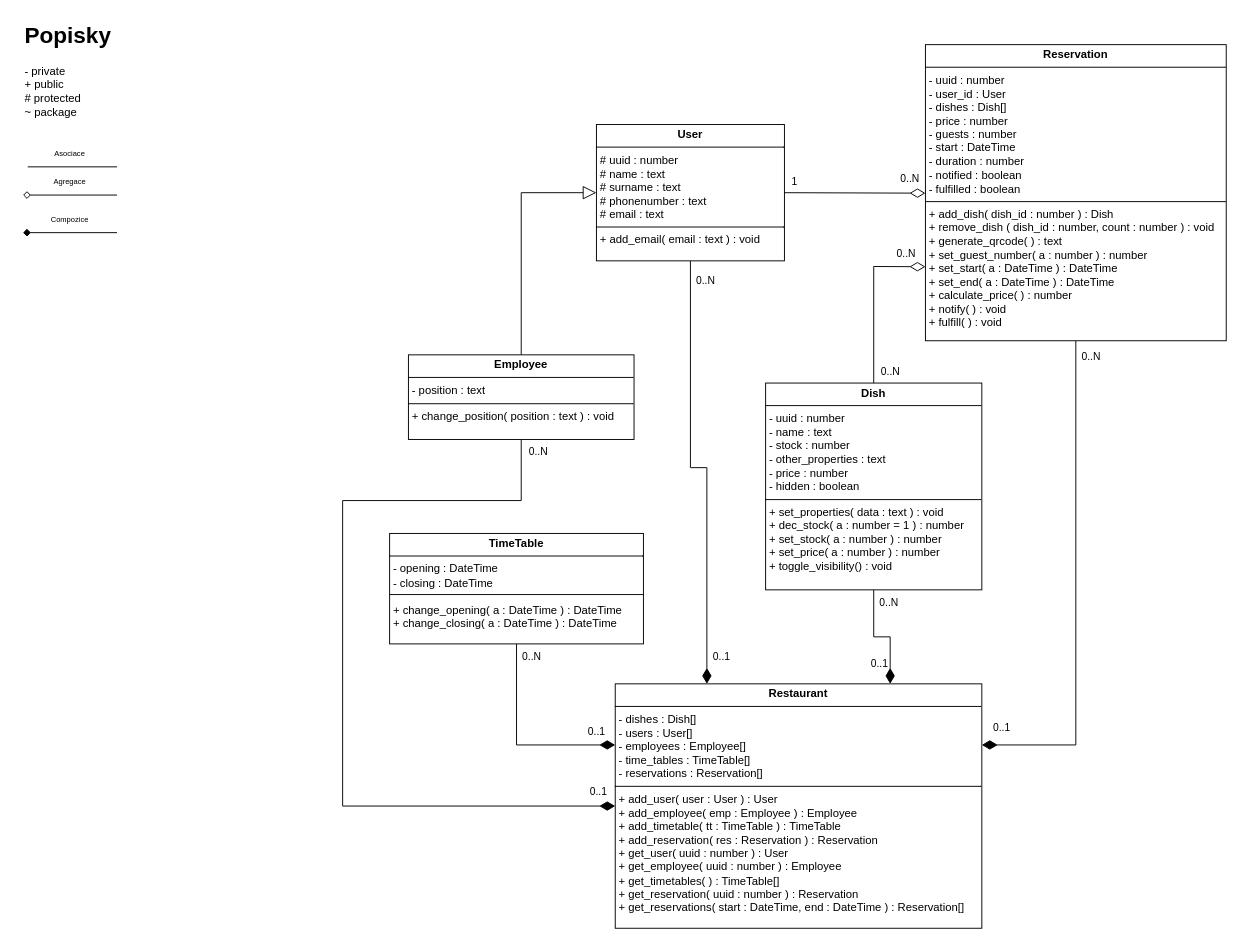
Above: page "Třídové diagramy" (2 of 2) of Diagram.drawio in LPbigFish/SWI-Projekt (draw.io), before the change. Source tidied: cells renumbered, new cells numbered last; positions are measured from the earlier drawing's top-left corner, leaving out a move shared by most shapes. Both pictures are drawn from the tidied source at 94%, with x=0, y=0 at pixel (23, 16).
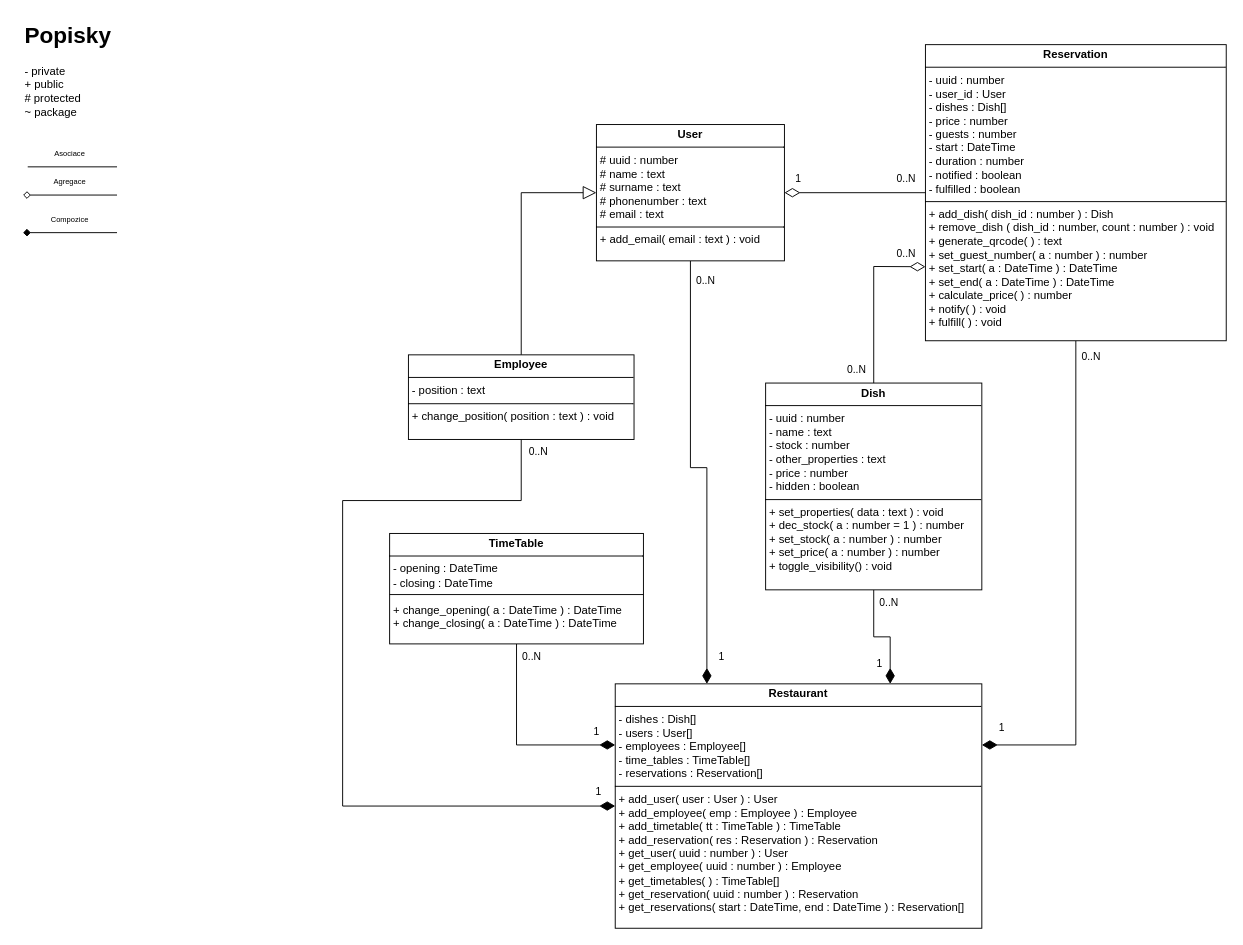
The same page after the edit.

Unchanged cells that the change refers to:
```xml
<mxCell id="10" style="edgeStyle=orthogonalEdgeStyle;rounded=0;jettySize=auto;html=1;entryX=0;entryY=0.5;entryDx=0;entryDy=0;exitX=0.5;exitY=1;exitDx=0;exitDy=0;endSize=14;endArrow=diamondThin;endFill=1;" parent="1" edge="1" source="13" target="33">
  <mxGeometry relative="1" as="geometry">
    <Array as="points">
      <mxPoint x="530" y="515" />
      <mxPoint x="340" y="515" />
      <mxPoint x="340" y="840" />
    </Array>
  </mxGeometry>
</mxCell>
<mxCell id="14" style="edgeStyle=orthogonalEdgeStyle;rounded=0;jettySize=auto;html=1;exitX=0.5;exitY=1;exitDx=0;exitDy=0;entryX=0.75;entryY=0;entryDx=0;entryDy=0;endSize=14;endArrow=diamondThin;endFill=1;" parent="1" edge="1" source="18" target="33">
  <mxGeometry relative="1" as="geometry">
    <Array as="points">
      <mxPoint x="905" y="660" />
      <mxPoint x="923" y="660" />
    </Array>
  </mxGeometry>
</mxCell>
<mxCell id="19" style="edgeStyle=orthogonalEdgeStyle;rounded=0;jettySize=auto;html=1;exitX=0.5;exitY=1;exitDx=0;exitDy=0;entryX=1;entryY=0.25;entryDx=0;entryDy=0;endSize=14;endArrow=diamondThin;endFill=1;" parent="1" edge="1" source="22" target="33">
  <mxGeometry relative="1" as="geometry" />
</mxCell>
<mxCell id="22" value="&lt;p style=&quot;margin:0px;margin-top:4px;text-align:center;&quot;&gt;&lt;b&gt;Reservation&lt;/b&gt;&lt;/p&gt;&lt;hr size=&quot;1&quot; style=&quot;border-style:solid;&quot;&gt;&lt;p style=&quot;margin:0px;margin-left:4px;&quot;&gt;- uuid : number&lt;/p&gt;&lt;p style=&quot;margin:0px;margin-left:4px;&quot;&gt;- user_id : User&lt;/p&gt;&lt;p style=&quot;margin:0px;margin-left:4px;&quot;&gt;- dishes : Dish[]&lt;/p&gt;&lt;p style=&quot;margin:0px;margin-left:4px;&quot;&gt;- price : number&lt;/p&gt;&lt;p style=&quot;margin:0px;margin-left:4px;&quot;&gt;- guests : number&lt;/p&gt;&lt;p style=&quot;margin:0px;margin-left:4px;&quot;&gt;- start : DateTime&lt;/p&gt;&lt;p style=&quot;margin:0px;margin-left:4px;&quot;&gt;- duration : number&lt;/p&gt;&lt;p style=&quot;margin:0px;margin-left:4px;&quot;&gt;- notified : boolean&lt;/p&gt;&lt;p style=&quot;margin:0px;margin-left:4px;&quot;&gt;- fulfilled : boolean&lt;/p&gt;&lt;hr size=&quot;1&quot; style=&quot;border-style:solid;&quot;&gt;&lt;p style=&quot;margin:0px;margin-left:4px;&quot;&gt;+ add_dish( dish_id : number ) : Dish&lt;/p&gt;&lt;p style=&quot;margin:0px;margin-left:4px;&quot;&gt;+ remove_dish ( dish_id : number, count : number ) : void&lt;/p&gt;&lt;p style=&quot;margin:0px;margin-left:4px;&quot;&gt;+ generate_qrcode( ) : text&lt;/p&gt;&lt;p style=&quot;margin:0px;margin-left:4px;&quot;&gt;+ set_guest_number( a : number ) : number&lt;/p&gt;&lt;p style=&quot;margin:0px;margin-left:4px;&quot;&gt;+ set_start( a : DateTime ) : DateTime&lt;/p&gt;&lt;p style=&quot;margin:0px;margin-left:4px;&quot;&gt;+ set_end( a : DateTime ) : DateTime&lt;/p&gt;&lt;p style=&quot;margin:0px;margin-left:4px;&quot;&gt;+ calculate_price( ) : number&lt;/p&gt;&lt;p style=&quot;margin:0px;margin-left:4px;&quot;&gt;+ notify( ) : void&lt;/p&gt;&lt;p style=&quot;margin:0px;margin-left:4px;&quot;&gt;+ fulfill( ) : void&lt;/p&gt;" style="verticalAlign=top;align=left;overflow=fill;html=1;whiteSpace=wrap;" parent="1" vertex="1">
  <mxGeometry x="960" y="30" width="320" height="315" as="geometry" />
</mxCell>
<mxCell id="23" style="edgeStyle=orthogonalEdgeStyle;rounded=0;jettySize=auto;html=1;exitX=0.5;exitY=1;exitDx=0;exitDy=0;entryX=0.25;entryY=0;entryDx=0;entryDy=0;strokeWidth=1;endSize=14;endArrow=diamondThin;endFill=1;" parent="1" edge="1" source="26" target="33">
  <mxGeometry relative="1" as="geometry" />
</mxCell>
<mxCell id="26" value="&lt;p style=&quot;margin:0px;margin-top:4px;text-align:center;&quot;&gt;&lt;b&gt;User&lt;/b&gt;&lt;/p&gt;&lt;hr size=&quot;1&quot; style=&quot;border-style:solid;&quot;&gt;&lt;p style=&quot;margin:0px;margin-left:4px;&quot;&gt;# uuid : number&lt;/p&gt;&lt;p style=&quot;margin:0px;margin-left:4px;&quot;&gt;# name : text&lt;/p&gt;&lt;p style=&quot;margin:0px;margin-left:4px;&quot;&gt;# surname : text&lt;/p&gt;&lt;p style=&quot;margin:0px;margin-left:4px;&quot;&gt;# phonenumber : text&lt;/p&gt;&lt;p style=&quot;margin:0px;margin-left:4px;&quot;&gt;# email : text&lt;/p&gt;&lt;hr size=&quot;1&quot; style=&quot;border-style:solid;&quot;&gt;&lt;p style=&quot;margin:0px;margin-left:4px;&quot;&gt;+ add_email( email : text ) : void&lt;/p&gt;" style="verticalAlign=top;align=left;overflow=fill;html=1;whiteSpace=wrap;" parent="1" vertex="1">
  <mxGeometry x="610" y="115" width="200" height="145" as="geometry" />
</mxCell>
<mxCell id="27" style="endArrow=diamondThin;html=1;rounded=0;entryX=0;entryY=0.75;entryDx=0;entryDy=0;endFill=0;endSize=14;exitX=0.5;exitY=0;exitDx=0;exitDy=0;" parent="1" edge="1" source="18" target="22">
  <mxGeometry relative="1" as="geometry">
    <Array as="points">
      <mxPoint x="905" y="266" />
    </Array>
  </mxGeometry>
</mxCell>
<mxCell id="34" style="edgeStyle=orthogonalEdgeStyle;rounded=0;jettySize=auto;html=1;entryX=0;entryY=0.25;entryDx=0;entryDy=0;endArrow=diamondThin;endFill=1;endSize=14;exitX=0.5;exitY=1;exitDx=0;exitDy=0;" parent="1" edge="1" source="37" target="33">
  <mxGeometry relative="1" as="geometry" />
</mxCell>
```

Change to the diagram source:
```diff
@@
-    <mxCell id="12" value="0..1" style="edgeLabel;html=1;align=center;verticalAlign=middle;" parent="10" vertex="1">
+    <mxCell id="12" value="1" style="edgeLabel;html=1;align=center;verticalAlign=middle;" parent="10" vertex="1">
       <mxGeometry x="0.92" relative="1" as="geometry">
         <mxPoint x="16" y="-16" as="offset" />
       </mxGeometry>
     </mxCell>
@@
-    <mxCell id="16" value="0..1" style="edgeLabel;html=1;align=center;verticalAlign=middle;" parent="14" vertex="1">
+    <mxCell id="16" value="1" style="edgeLabel;html=1;align=center;verticalAlign=middle;" parent="14" vertex="1">
       <mxGeometry x="0.87" y="2" relative="1" as="geometry">
         <mxPoint x="-14" y="-14" as="offset" />
       </mxGeometry>
     </mxCell>
@@
-    <mxCell id="20" value="0..1" style="edgeLabel;html=1;align=center;verticalAlign=middle;" parent="19" vertex="1">
+    <mxCell id="20" value="1" style="edgeLabel;html=1;align=center;verticalAlign=middle;" parent="19" vertex="1">
       <mxGeometry x="0.88" relative="1" as="geometry">
         <mxPoint x="-12" y="-19" as="offset" />
       </mxGeometry>
     </mxCell>
@@
-    <mxCell id="25" value="0..1" style="edgeLabel;html=1;align=center;verticalAlign=middle;" parent="23" vertex="1">
+    <mxCell id="25" value="1" style="edgeLabel;html=1;align=center;verticalAlign=middle;" parent="23" vertex="1">
       <mxGeometry x="0.74" y="3" relative="1" as="geometry">
         <mxPoint x="12" y="31" as="offset" />
       </mxGeometry>
     </mxCell>
@@
     <mxCell id="28" value="0..N" style="edgeLabel;html=1;align=left;verticalAlign=bottom;" parent="27" vertex="1">
       <mxGeometry x="-1" relative="1" as="geometry">
-        <mxPoint x="6" y="-4" as="offset" />
+        <mxPoint x="-30" y="-6" as="offset" />
       </mxGeometry>
     </mxCell>
@@
-    <mxCell id="30" style="endArrow=diamondThin;html=1;rounded=0;exitX=1;exitY=0.5;exitDx=0;exitDy=0;endFill=0;endSize=14;" parent="1" edge="1" source="26">
-      <mxGeometry relative="1" as="geometry">
-        <mxPoint x="960" y="188" as="targetPoint" />
-      </mxGeometry>
+    <mxCell id="30" style="endArrow=diamondThin;html=1;rounded=0;endFill=0;endSize=14;entryX=1;entryY=0.5;entryDx=0;entryDy=0;exitX=0;exitY=0.5;exitDx=0;exitDy=0;" parent="1" edge="1" source="22" target="26">
+      <mxGeometry relative="1" as="geometry" />
     </mxCell>
     <mxCell id="31" value="1" style="edgeLabel;html=1;align=left;verticalAlign=bottom;" parent="30" vertex="1">
       <mxGeometry x="-1" relative="1" as="geometry">
-        <mxPoint x="6" y="-4" as="offset" />
+        <mxPoint x="-140" y="-7" as="offset" />
       </mxGeometry>
     </mxCell>
     <mxCell id="32" value="0..N" style="edgeLabel;html=1;align=right;verticalAlign=bottom;" parent="30" vertex="1">
       <mxGeometry x="1" relative="1" as="geometry">
-        <mxPoint x="-6" y="-7" as="offset" />
+        <mxPoint x="140" y="-7" as="offset" />
       </mxGeometry>
     </mxCell>
@@
-    <mxCell id="35" value="0..1" style="edgeLabel;html=1;align=center;verticalAlign=middle;" parent="34" vertex="1">
+    <mxCell id="35" value="1" style="edgeLabel;html=1;align=center;verticalAlign=middle;" parent="34" vertex="1">
       <mxGeometry x="0.79" y="-1" relative="1" as="geometry">
         <mxPoint x="2" y="-16" as="offset" />
       </mxGeometry>
     </mxCell>
```
